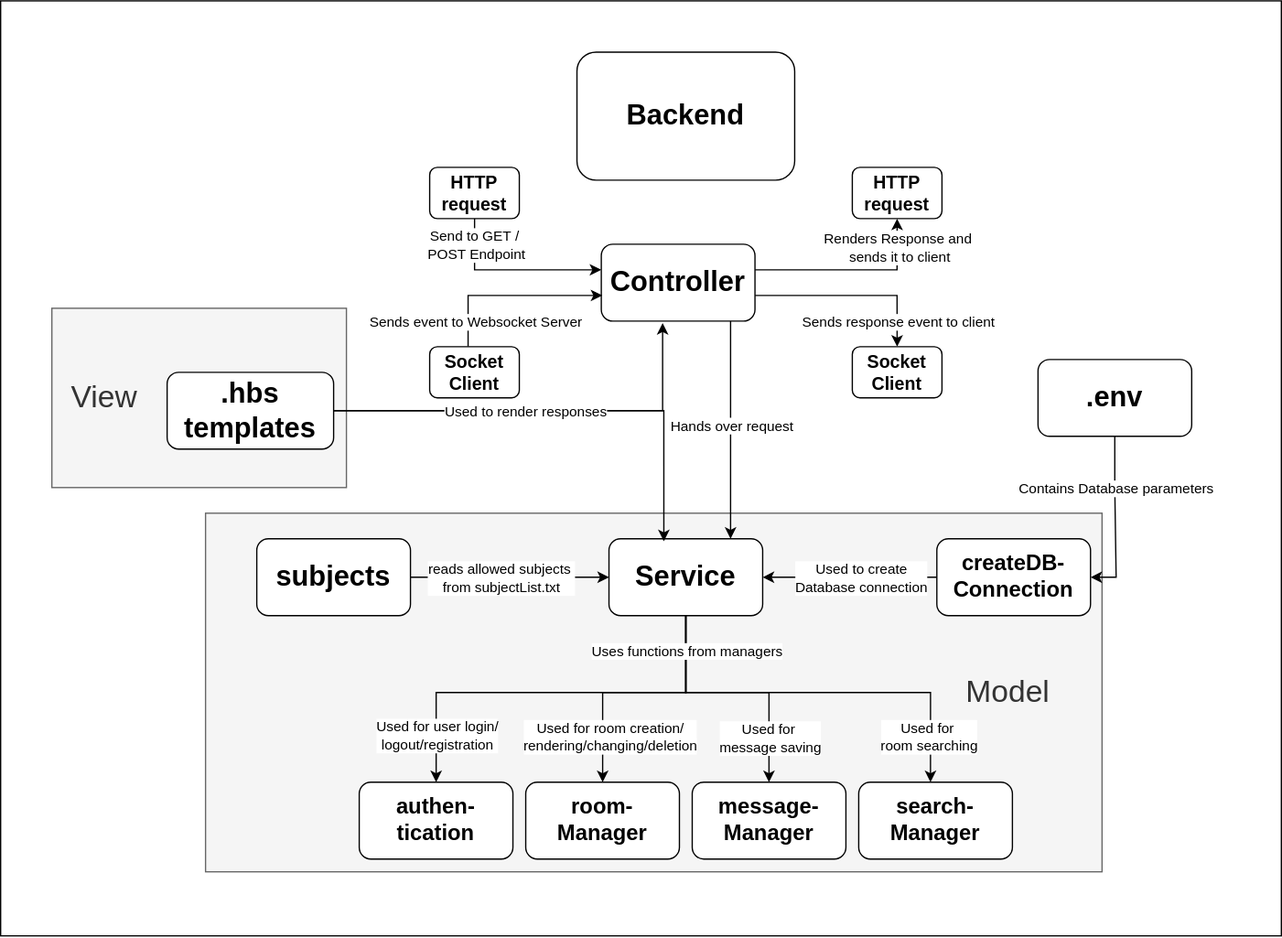
Earlier version of the draw.io export documentation/images/backendStructure.svg (Herotech1105/StudiShip). Source tidied: cells renumbered, new cells last; positions are measured from the earlier drawing's top-left corner, leaving out a move shared by most shapes. The source it was exported from:
```xml
<mxGraphModel>
  <root>
    <mxCell id="0" />
    <mxCell id="1" parent="0" />
    <mxCell id="2" style="rounded=0;whiteSpace=wrap;html=1;" parent="1" vertex="1">
      <mxGeometry width="1000" height="730" as="geometry" />
    </mxCell>
    <mxCell id="3" value="&lt;font style=&quot;font-size: 24px;&quot;&gt;&amp;nbsp; View&lt;/font&gt;" style="rounded=0;whiteSpace=wrap;html=1;fillColor=#f5f5f5;fontColor=#333333;strokeColor=#666666;align=left;" parent="1" vertex="1">
      <mxGeometry x="40" y="240" width="230" height="140" as="geometry" />
    </mxCell>
    <mxCell id="4" value="&lt;blockquote style=&quot;margin: 0 0 0 40px; border: none; padding: 0px;&quot;&gt;&lt;blockquote style=&quot;margin: 0 0 0 40px; border: none; padding: 0px;&quot;&gt;&lt;blockquote style=&quot;margin: 0 0 0 40px; border: none; padding: 0px;&quot;&gt;&lt;blockquote style=&quot;margin: 0 0 0 40px; border: none; padding: 0px;&quot;&gt;&lt;blockquote style=&quot;margin: 0 0 0 40px; border: none; padding: 0px;&quot;&gt;&lt;blockquote style=&quot;margin: 0 0 0 40px; border: none; padding: 0px;&quot;&gt;&lt;blockquote style=&quot;margin: 0 0 0 40px; border: none; padding: 0px;&quot;&gt;&lt;blockquote style=&quot;margin: 0 0 0 40px; border: none; padding: 0px;&quot;&gt;&lt;blockquote style=&quot;margin: 0 0 0 40px; border: none; padding: 0px;&quot;&gt;&lt;blockquote style=&quot;margin: 0 0 0 40px; border: none; padding: 0px;&quot;&gt;&lt;blockquote style=&quot;margin: 0 0 0 40px; border: none; padding: 0px;&quot;&gt;&lt;blockquote style=&quot;margin: 0 0 0 40px; border: none; padding: 0px;&quot;&gt;&lt;font style=&quot;font-size: 24px;&quot;&gt;&amp;nbsp; &amp;nbsp; &amp;nbsp; &amp;nbsp; &amp;nbsp; &amp;nbsp;Model&lt;/font&gt;&lt;/blockquote&gt;&lt;/blockquote&gt;&lt;/blockquote&gt;&lt;/blockquote&gt;&lt;/blockquote&gt;&lt;/blockquote&gt;&lt;/blockquote&gt;&lt;/blockquote&gt;&lt;/blockquote&gt;&lt;/blockquote&gt;&lt;/blockquote&gt;&lt;/blockquote&gt;" style="rounded=0;whiteSpace=wrap;html=1;fillColor=#f5f5f5;fontColor=#333333;strokeColor=#666666;align=center;" parent="1" vertex="1">
      <mxGeometry x="160" y="400" width="700" height="280" as="geometry" />
    </mxCell>
    <mxCell id="5" value="&lt;font style=&quot;font-size: 22px;&quot;&gt;&lt;b style=&quot;&quot;&gt;Backend&lt;/b&gt;&lt;/font&gt;" style="rounded=1;whiteSpace=wrap;html=1;" parent="1" vertex="1">
      <mxGeometry x="450" y="40" width="170" height="100" as="geometry" />
    </mxCell>
    <mxCell id="6" style="edgeStyle=orthogonalEdgeStyle;rounded=0;jettySize=auto;html=1;" parent="1" edge="1" source="12" target="19">
      <mxGeometry relative="1" as="geometry">
        <Array as="points">
          <mxPoint x="570" y="380" />
          <mxPoint x="570" y="380" />
        </Array>
      </mxGeometry>
    </mxCell>
    <mxCell id="7" value="Hands over request" style="edgeLabel;html=1;align=center;verticalAlign=middle;" parent="6" vertex="1">
      <mxGeometry x="-0.04" relative="1" as="geometry" />
    </mxCell>
    <mxCell id="8" style="edgeStyle=orthogonalEdgeStyle;rounded=0;jettySize=auto;html=1;entryX=0.5;entryY=0;entryDx=0;entryDy=0;" parent="1" edge="1" source="12" target="26">
      <mxGeometry relative="1" as="geometry">
        <Array as="points">
          <mxPoint x="700" y="230" />
        </Array>
      </mxGeometry>
    </mxCell>
    <mxCell id="9" value="Sends response event to client" style="edgeLabel;html=1;align=center;verticalAlign=middle;" parent="8" vertex="1">
      <mxGeometry x="-0.43" y="-2" relative="1" as="geometry">
        <mxPoint x="68" y="18" as="offset" />
      </mxGeometry>
    </mxCell>
    <mxCell id="10" style="edgeStyle=orthogonalEdgeStyle;rounded=0;jettySize=auto;html=1;entryX=0.5;entryY=1;entryDx=0;entryDy=0;" parent="1" edge="1" source="12" target="27">
      <mxGeometry relative="1" as="geometry">
        <Array as="points">
          <mxPoint x="700" y="210" />
        </Array>
      </mxGeometry>
    </mxCell>
    <mxCell id="11" value="Renders Response and&amp;nbsp;&lt;div&gt;sends it to client&lt;/div&gt;" style="edgeLabel;html=1;align=center;verticalAlign=middle;" parent="10" vertex="1">
      <mxGeometry x="0.7" y="-1" relative="1" as="geometry" />
    </mxCell>
    <mxCell id="12" value="&lt;font style=&quot;font-size: 22px;&quot;&gt;&lt;b style=&quot;&quot;&gt;Controller&lt;/b&gt;&lt;/font&gt;" style="rounded=1;whiteSpace=wrap;html=1;" parent="1" vertex="1">
      <mxGeometry x="469" y="190" width="120" height="60" as="geometry" />
    </mxCell>
    <mxCell id="13" style="edgeStyle=orthogonalEdgeStyle;rounded=0;jettySize=auto;html=1;" parent="1" edge="1" source="19" target="33">
      <mxGeometry relative="1" as="geometry">
        <Array as="points">
          <mxPoint x="535" y="540" />
          <mxPoint x="600" y="540" />
        </Array>
      </mxGeometry>
    </mxCell>
    <mxCell id="14" value="Used for&amp;nbsp;&lt;div&gt;message saving&lt;/div&gt;" style="edgeLabel;html=1;align=center;verticalAlign=middle;" parent="13" vertex="1">
      <mxGeometry x="0.65" y="-3" relative="1" as="geometry">
        <mxPoint x="3" y="-1" as="offset" />
      </mxGeometry>
    </mxCell>
    <mxCell id="15" style="edgeStyle=orthogonalEdgeStyle;rounded=0;jettySize=auto;html=1;" parent="1" edge="1" source="19" target="31">
      <mxGeometry relative="1" as="geometry">
        <Array as="points">
          <mxPoint x="535" y="540" />
          <mxPoint x="340" y="540" />
        </Array>
      </mxGeometry>
    </mxCell>
    <mxCell id="16" value="Used for user login/&lt;div&gt;l&lt;span style=&quot;background-color: light-dark(#ffffff, var(--ge-dark-color, #121212)); color: light-dark(rgb(0, 0, 0), rgb(255, 255, 255));&quot;&gt;ogout/registration&lt;/span&gt;&lt;/div&gt;" style="edgeLabel;html=1;align=center;verticalAlign=middle;" parent="15" vertex="1">
      <mxGeometry x="0.78" y="1" relative="1" as="geometry">
        <mxPoint x="-1" y="-1" as="offset" />
      </mxGeometry>
    </mxCell>
    <mxCell id="17" style="edgeStyle=orthogonalEdgeStyle;rounded=0;jettySize=auto;html=1;" parent="1" edge="1" source="19" target="32">
      <mxGeometry relative="1" as="geometry">
        <Array as="points">
          <mxPoint x="535" y="540" />
          <mxPoint x="470" y="540" />
        </Array>
      </mxGeometry>
    </mxCell>
    <mxCell id="18" value="Used for room creation/&lt;div&gt;rendering/&lt;span style=&quot;background-color: light-dark(#ffffff, var(--ge-dark-color, #121212)); color: light-dark(rgb(0, 0, 0), rgb(255, 255, 255));&quot;&gt;changing/deletion&lt;/span&gt;&lt;/div&gt;" style="edgeLabel;html=1;align=center;verticalAlign=middle;" parent="17" vertex="1">
      <mxGeometry x="0.62" y="1" relative="1" as="geometry">
        <mxPoint x="4" y="2" as="offset" />
      </mxGeometry>
    </mxCell>
    <mxCell id="19" value="&lt;font style=&quot;font-size: 22px;&quot;&gt;&lt;b style=&quot;&quot;&gt;Service&lt;/b&gt;&lt;/font&gt;" style="rounded=1;whiteSpace=wrap;html=1;" parent="1" vertex="1">
      <mxGeometry x="475" y="420" width="120" height="60" as="geometry" />
    </mxCell>
    <mxCell id="20" style="edgeStyle=orthogonalEdgeStyle;rounded=0;jettySize=auto;html=1;" parent="1" edge="1" source="22" target="12">
      <mxGeometry relative="1" as="geometry">
        <Array as="points">
          <mxPoint x="370" y="210" />
        </Array>
      </mxGeometry>
    </mxCell>
    <mxCell id="21" value="Send to GET&amp;nbsp;&lt;span style=&quot;background-color: light-dark(#ffffff, var(--ge-dark-color, #121212)); color: light-dark(rgb(0, 0, 0), rgb(255, 255, 255));&quot;&gt;/&lt;/span&gt;&lt;div&gt;&lt;span style=&quot;background-color: light-dark(#ffffff, var(--ge-dark-color, #121212)); color: light-dark(rgb(0, 0, 0), rgb(255, 255, 255));&quot;&gt;&amp;nbsp;POST Endpoint&lt;/span&gt;&lt;/div&gt;" style="edgeLabel;html=1;align=center;verticalAlign=middle;" parent="20" vertex="1">
      <mxGeometry x="0.03" y="1" relative="1" as="geometry">
        <mxPoint x="-32" y="-19" as="offset" />
      </mxGeometry>
    </mxCell>
    <mxCell id="22" value="&lt;b style=&quot;&quot;&gt;&lt;font style=&quot;font-size: 14px;&quot;&gt;HTTP request&lt;/font&gt;&lt;/b&gt;" style="rounded=1;whiteSpace=wrap;html=1;" parent="1" vertex="1">
      <mxGeometry x="335" y="130" width="70" height="40" as="geometry" />
    </mxCell>
    <mxCell id="23" style="edgeStyle=orthogonalEdgeStyle;rounded=0;jettySize=auto;html=1;entryX=0.007;entryY=0.654;entryDx=0;entryDy=0;entryPerimeter=0;" parent="1" edge="1" source="25" target="12">
      <mxGeometry relative="1" as="geometry">
        <Array as="points">
          <mxPoint x="365" y="230" />
          <mxPoint x="470" y="230" />
        </Array>
      </mxGeometry>
    </mxCell>
    <mxCell id="24" value="Sends event to Websocket Server" style="edgeLabel;html=1;align=center;verticalAlign=middle;" parent="23" vertex="1">
      <mxGeometry x="0.03" y="-3" relative="1" as="geometry">
        <mxPoint x="-30" y="17" as="offset" />
      </mxGeometry>
    </mxCell>
    <mxCell id="25" value="&lt;b style=&quot;&quot;&gt;&lt;font style=&quot;font-size: 14px;&quot;&gt;Socket Client&lt;/font&gt;&lt;/b&gt;" style="rounded=1;whiteSpace=wrap;html=1;" parent="1" vertex="1">
      <mxGeometry x="335" y="270" width="70" height="40" as="geometry" />
    </mxCell>
    <mxCell id="26" value="&lt;b style=&quot;&quot;&gt;&lt;font style=&quot;font-size: 14px;&quot;&gt;Socket Client&lt;/font&gt;&lt;/b&gt;" style="rounded=1;whiteSpace=wrap;html=1;" parent="1" vertex="1">
      <mxGeometry x="665" y="270" width="70" height="40" as="geometry" />
    </mxCell>
    <mxCell id="27" value="&lt;b style=&quot;&quot;&gt;&lt;font style=&quot;font-size: 14px;&quot;&gt;HTTP request&lt;/font&gt;&lt;/b&gt;" style="rounded=1;whiteSpace=wrap;html=1;" parent="1" vertex="1">
      <mxGeometry x="665" y="130" width="70" height="40" as="geometry" />
    </mxCell>
    <mxCell id="28" style="edgeStyle=orthogonalEdgeStyle;rounded=0;jettySize=auto;html=1;entryX=1;entryY=0.5;entryDx=0;entryDy=0;" parent="1" edge="1" source="30" target="19">
      <mxGeometry relative="1" as="geometry" />
    </mxCell>
    <mxCell id="29" value="Used to create&lt;div&gt;Database connection&lt;/div&gt;" style="edgeLabel;html=1;align=center;verticalAlign=middle;" parent="28" vertex="1">
      <mxGeometry x="0.15" y="-3" relative="1" as="geometry">
        <mxPoint x="19" y="3" as="offset" />
      </mxGeometry>
    </mxCell>
    <mxCell id="30" value="&lt;font style=&quot;font-size: 17px;&quot;&gt;&lt;b style=&quot;&quot;&gt;createDB-Connection&lt;/b&gt;&lt;/font&gt;" style="rounded=1;whiteSpace=wrap;html=1;" parent="1" vertex="1">
      <mxGeometry x="731" y="420" width="120" height="60" as="geometry" />
    </mxCell>
    <mxCell id="31" value="&lt;font style=&quot;font-size: 17px;&quot;&gt;&lt;b style=&quot;&quot;&gt;authen-tication&lt;/b&gt;&lt;/font&gt;" style="rounded=1;whiteSpace=wrap;html=1;" parent="1" vertex="1">
      <mxGeometry x="280" y="610" width="120" height="60" as="geometry" />
    </mxCell>
    <mxCell id="32" value="&lt;font style=&quot;font-size: 17px;&quot;&gt;&lt;b style=&quot;&quot;&gt;room-&lt;/b&gt;&lt;/font&gt;&lt;div&gt;&lt;font style=&quot;font-size: 17px;&quot;&gt;&lt;b style=&quot;&quot;&gt;Manager&lt;/b&gt;&lt;/font&gt;&lt;/div&gt;" style="rounded=1;whiteSpace=wrap;html=1;" parent="1" vertex="1">
      <mxGeometry x="410" y="610" width="120" height="60" as="geometry" />
    </mxCell>
    <mxCell id="33" value="&lt;font style=&quot;font-size: 17px;&quot;&gt;&lt;b style=&quot;&quot;&gt;message-&lt;/b&gt;&lt;/font&gt;&lt;div&gt;&lt;font style=&quot;font-size: 17px;&quot;&gt;&lt;b style=&quot;&quot;&gt;Manager&lt;/b&gt;&lt;/font&gt;&lt;/div&gt;" style="rounded=1;whiteSpace=wrap;html=1;" parent="1" vertex="1">
      <mxGeometry x="540" y="610" width="120" height="60" as="geometry" />
    </mxCell>
    <mxCell id="34" value="&lt;font style=&quot;font-size: 17px;&quot;&gt;&lt;b style=&quot;&quot;&gt;search-&lt;/b&gt;&lt;/font&gt;&lt;div&gt;&lt;font style=&quot;font-size: 17px;&quot;&gt;&lt;b style=&quot;&quot;&gt;Manager&lt;/b&gt;&lt;/font&gt;&lt;/div&gt;" style="rounded=1;whiteSpace=wrap;html=1;" parent="1" vertex="1">
      <mxGeometry x="670" y="610" width="120" height="60" as="geometry" />
    </mxCell>
    <mxCell id="35" style="edgeStyle=orthogonalEdgeStyle;rounded=0;jettySize=auto;html=1;entryX=0.467;entryY=0;entryDx=0;entryDy=0;entryPerimeter=0;" parent="1" edge="1" target="34">
      <mxGeometry relative="1" as="geometry">
        <mxPoint x="535" y="480" as="sourcePoint" />
        <Array as="points">
          <mxPoint x="535" y="540" />
          <mxPoint x="726" y="540" />
        </Array>
      </mxGeometry>
    </mxCell>
    <mxCell id="36" value="Uses functions from managers" style="edgeLabel;html=1;align=center;verticalAlign=middle;" parent="35" vertex="1">
      <mxGeometry x="-0.9" y="3" relative="1" as="geometry">
        <mxPoint x="-3" y="11" as="offset" />
      </mxGeometry>
    </mxCell>
    <mxCell id="37" value="Used for&amp;nbsp;&lt;div&gt;room searching&lt;/div&gt;" style="edgeLabel;html=1;align=center;verticalAlign=middle;" parent="35" vertex="1">
      <mxGeometry x="0.78" y="-2" relative="1" as="geometry">
        <mxPoint y="1" as="offset" />
      </mxGeometry>
    </mxCell>
    <mxCell id="38" value="&lt;span style=&quot;font-size: 22px;&quot;&gt;&lt;b&gt;.hbs templates&lt;/b&gt;&lt;/span&gt;" style="rounded=1;whiteSpace=wrap;html=1;" parent="1" vertex="1">
      <mxGeometry x="130" y="290" width="130" height="60" as="geometry" />
    </mxCell>
    <mxCell id="39" style="edgeStyle=orthogonalEdgeStyle;rounded=0;jettySize=auto;html=1;entryX=0.399;entryY=1.026;entryDx=0;entryDy=0;entryPerimeter=0;" parent="1" edge="1" source="38" target="12">
      <mxGeometry relative="1" as="geometry" />
    </mxCell>
    <mxCell id="40" style="edgeStyle=orthogonalEdgeStyle;rounded=0;jettySize=auto;html=1;entryX=0.357;entryY=0.032;entryDx=0;entryDy=0;entryPerimeter=0;" parent="1" edge="1" source="38" target="19">
      <mxGeometry relative="1" as="geometry" />
    </mxCell>
    <mxCell id="41" value="Used to render responses" style="edgeLabel;html=1;align=center;verticalAlign=middle;" parent="40" vertex="1">
      <mxGeometry x="-0.11" y="-4" relative="1" as="geometry">
        <mxPoint x="-11" y="-4" as="offset" />
      </mxGeometry>
    </mxCell>
    <mxCell id="42" style="edgeStyle=orthogonalEdgeStyle;rounded=0;jettySize=auto;html=1;" parent="1" edge="1" source="44" target="19">
      <mxGeometry relative="1" as="geometry" />
    </mxCell>
    <mxCell id="43" value="reads allowed subjects&amp;nbsp;&lt;div&gt;from subjectList.txt&lt;/div&gt;" style="edgeLabel;html=1;align=center;verticalAlign=middle;" parent="42" vertex="1">
      <mxGeometry x="-0.31" y="-1" relative="1" as="geometry">
        <mxPoint x="16" y="-1" as="offset" />
      </mxGeometry>
    </mxCell>
    <mxCell id="44" value="&lt;font style=&quot;font-size: 22px;&quot;&gt;&lt;b style=&quot;&quot;&gt;subjects&lt;/b&gt;&lt;/font&gt;" style="rounded=1;whiteSpace=wrap;html=1;" parent="1" vertex="1">
      <mxGeometry x="200" y="420" width="120" height="60" as="geometry" />
    </mxCell>
    <mxCell id="45" style="edgeStyle=orthogonalEdgeStyle;rounded=0;jettySize=auto;html=1;entryX=1;entryY=0.5;entryDx=0;entryDy=0;" parent="1" edge="1" source="47" target="30">
      <mxGeometry relative="1" as="geometry" />
    </mxCell>
    <mxCell id="46" value="Contains Database parameters" style="edgeLabel;html=1;align=center;verticalAlign=middle;" parent="45" vertex="1">
      <mxGeometry x="-0.07" y="4" relative="1" as="geometry">
        <mxPoint x="-5" y="-20" as="offset" />
      </mxGeometry>
    </mxCell>
    <mxCell id="47" value="&lt;font style=&quot;font-size: 22px;&quot;&gt;&lt;b style=&quot;&quot;&gt;.env&lt;/b&gt;&lt;/font&gt;" style="rounded=1;whiteSpace=wrap;html=1;" parent="1" vertex="1">
      <mxGeometry x="810" y="280" width="120" height="60" as="geometry" />
    </mxCell>
  </root>
</mxGraphModel>
```
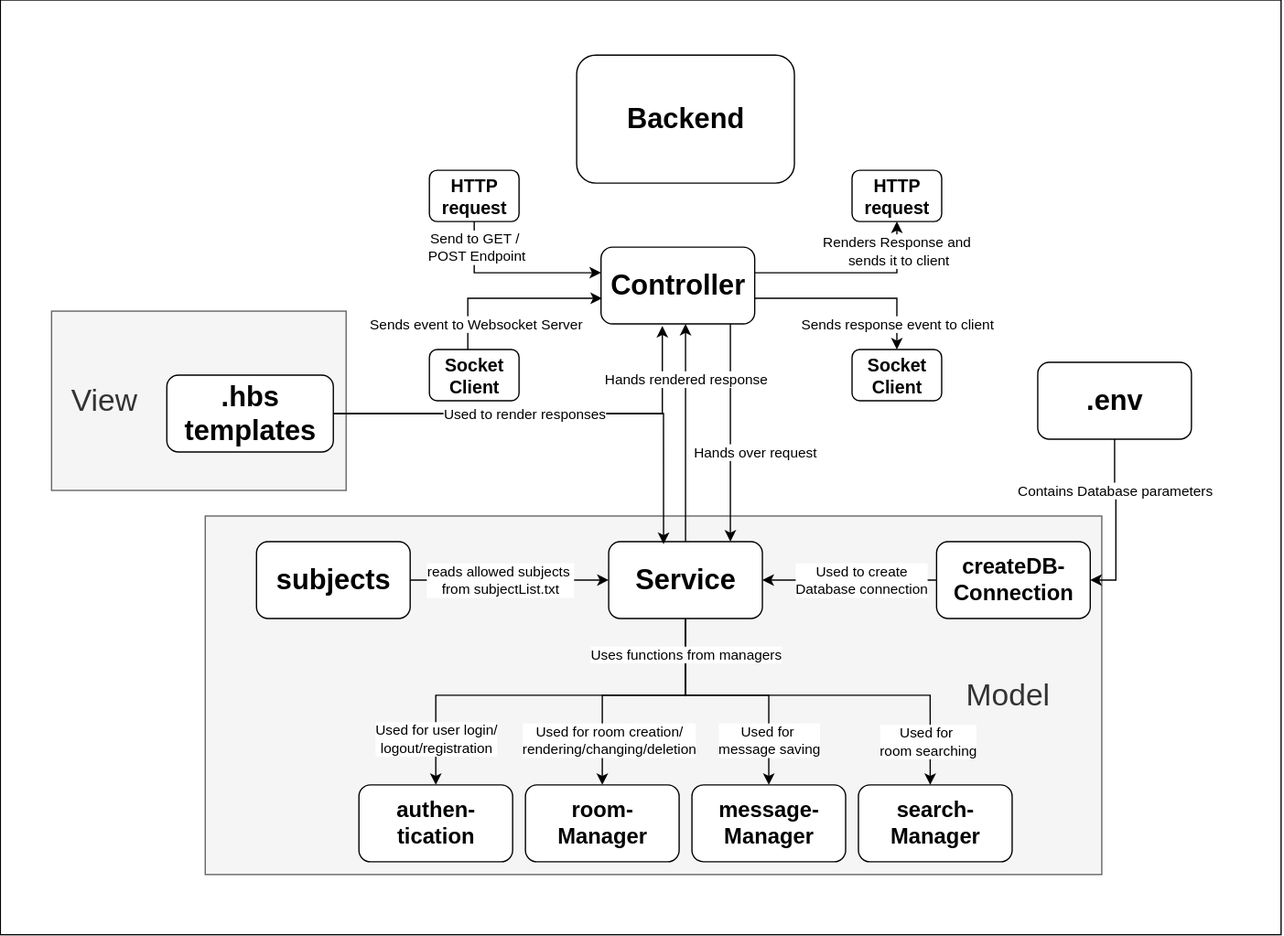
Above is the later version.

Change to the diagram source:
```diff
@@ -3,7 +3,7 @@
     <mxCell id="0" />
     <mxCell id="1" parent="0" />
     <mxCell id="2" style="rounded=0;whiteSpace=wrap;html=1;" parent="1" vertex="1">
-      <mxGeometry width="1000" height="730" as="geometry" />
+      <mxGeometry y="-3" width="1000" height="730" as="geometry" />
     </mxCell>
     <mxCell id="3" value="&lt;font style=&quot;font-size: 24px;&quot;&gt;&amp;nbsp; View&lt;/font&gt;" style="rounded=0;whiteSpace=wrap;html=1;fillColor=#f5f5f5;fontColor=#333333;strokeColor=#666666;align=left;" parent="1" vertex="1">
       <mxGeometry x="40" y="240" width="230" height="140" as="geometry" />
@@ -23,7 +23,9 @@
       </mxGeometry>
     </mxCell>
     <mxCell id="7" value="Hands over request" style="edgeLabel;html=1;align=center;verticalAlign=middle;" parent="6" vertex="1">
-      <mxGeometry x="-0.04" relative="1" as="geometry" />
+      <mxGeometry x="-0.04" relative="1" as="geometry">
+        <mxPoint x="19" y="19" as="offset" />
+      </mxGeometry>
     </mxCell>
     <mxCell id="8" style="edgeStyle=orthogonalEdgeStyle;rounded=0;jettySize=auto;html=1;entryX=0.5;entryY=0;entryDx=0;entryDy=0;" parent="1" edge="1" source="12" target="26">
       <mxGeometry relative="1" as="geometry">
@@ -207,5 +209,18 @@
     <mxCell id="47" value="&lt;font style=&quot;font-size: 22px;&quot;&gt;&lt;b style=&quot;&quot;&gt;.env&lt;/b&gt;&lt;/font&gt;" style="rounded=1;whiteSpace=wrap;html=1;" parent="1" vertex="1">
       <mxGeometry x="810" y="280" width="120" height="60" as="geometry" />
     </mxCell>
+    <mxCell id="48" style="edgeStyle=orthogonalEdgeStyle;rounded=0;jettySize=auto;html=1;exitX=0.5;exitY=0;exitDx=0;exitDy=0;" parent="1" edge="1" source="19" target="12">
+      <mxGeometry relative="1" as="geometry">
+        <Array as="points">
+          <mxPoint x="535" y="300" />
+          <mxPoint x="535" y="300" />
+        </Array>
+      </mxGeometry>
+    </mxCell>
+    <mxCell id="49" value="Hands rendered response" style="edgeLabel;html=1;align=center;verticalAlign=middle;" parent="48" vertex="1">
+      <mxGeometry x="0.5" y="1" relative="1" as="geometry">
+        <mxPoint x="1" as="offset" />
+      </mxGeometry>
+    </mxCell>
   </root>
 </mxGraphModel>
```
